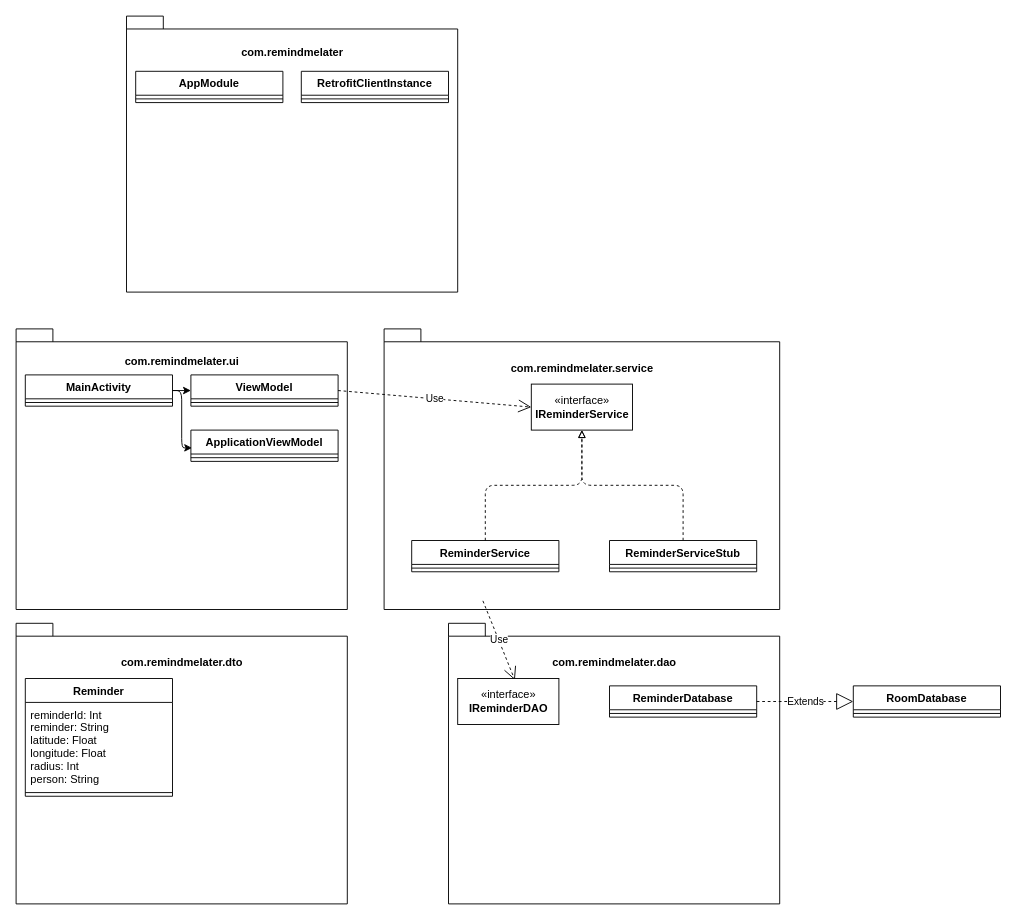
Earlier version of the draw.io diagram UML/RemindMeLaterUML.drawio (cook2c9/RemindMeLater). Source tidied: cells renumbered, new cells numbered last; positions are measured from the earlier drawing's top-left corner, leaving out a move shared by most shapes. Both pictures are drawn from the tidied source at 92%, with x=0, y=0 at pixel (16, 16).
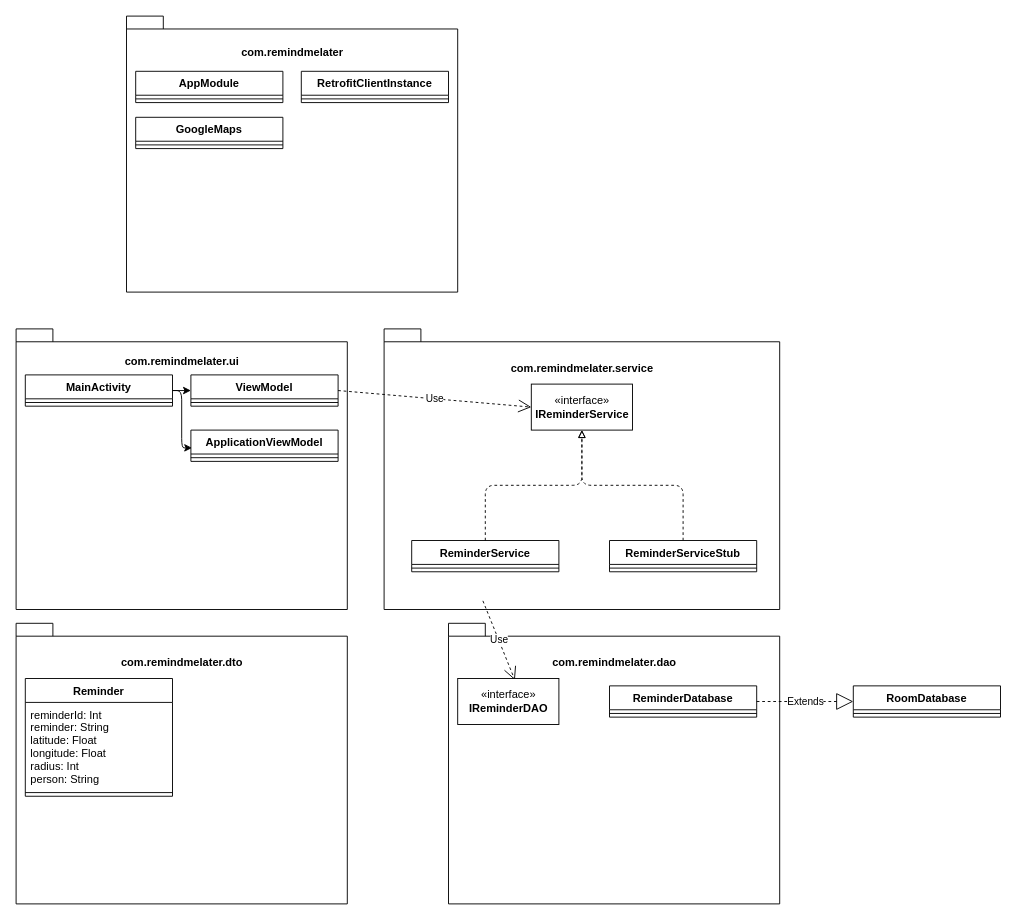
The same page after the edit.

Commit message (it also covers changes not shown here):
Updated class diagram to have GoogleMaps

What changed in the source:
```diff
@@
+    <mxCell id="37" value="GoogleMaps" style="swimlane;fontStyle=1;align=center;verticalAlign=top;horizontal=1;startSize=26;" parent="1" vertex="1">
+      <mxGeometry x="130" y="110" width="160" height="34" as="geometry" />
+    </mxCell>
+    <mxCell id="38" style="line;strokeWidth=1;fillColor=none;align=left;verticalAlign=middle;spacingTop=-1;spacingLeft=3;spacingRight=3;labelPosition=right;" parent="37" vertex="1">
+      <mxGeometry y="26" width="160" height="8" as="geometry" />
+    </mxCell>
```
